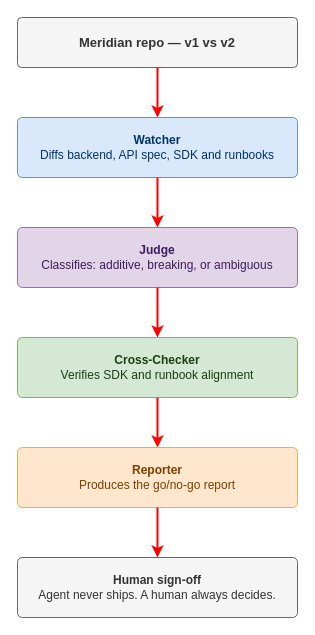
Earlier version of the draw.io diagram architecture.drawio (rajt2017/meridian-release-agent). Source tidied: cells renumbered, new cells numbered last; positions are measured from the earlier drawing's top-left corner, leaving out a move shared by most shapes. Both pictures are drawn from the tidied source at 100%, with x=0, y=0 at pixel (17, 17).
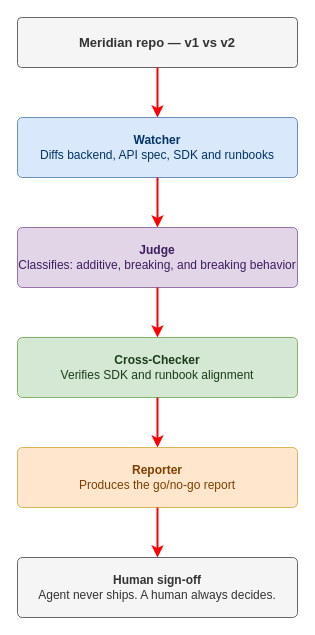
The same diagram, later.

Commit message (it also covers changes not shown here):
Fix SDK boxes in problem diagram — f2 field A optional consistent across all surfaces

The edit, as a diff of the source:
```diff
@@
 <mxGraphModel>
   <root>
     <mxCell id="0" />
     <mxCell id="1" parent="0" />
     <mxCell id="2" value="Meridian repo — v1 vs v2" style="rounded=1;whiteSpace=wrap;html=1;fillColor=#f5f5f5;strokeColor=#666666;fontColor=#333333;fontSize=13;fontStyle=1;arcSize=8;" parent="1" vertex="1">
       <mxGeometry width="280" height="50" as="geometry" />
     </mxCell>
     <mxCell id="3" style="edgeStyle=orthogonalEdgeStyle;strokeColor=#FF0000;strokeWidth=2;fillColor=#FF0000;exitX=0.5;exitY=1;exitDx=0;exitDy=0;entryX=0.5;entryY=0;entryDx=0;entryDy=0;" parent="1" edge="1" source="2" target="4">
       <mxGeometry relative="1" as="geometry" />
     </mxCell>
     <mxCell id="4" value="&lt;b&gt;&lt;font color=&quot;#003366&quot;&gt;Watcher&lt;/font&gt;&lt;/b&gt;&lt;br&gt;&lt;font color=&quot;#003366&quot;&gt;Diffs backend, API spec, SDK and runbooks&lt;/font&gt;" style="rounded=1;whiteSpace=wrap;html=1;fillColor=#dae8fc;strokeColor=#6c8ebf;fontSize=12;arcSize=8;" parent="1" vertex="1">
       <mxGeometry y="100" width="280" height="60" as="geometry" />
     </mxCell>
     <mxCell id="5" style="edgeStyle=orthogonalEdgeStyle;strokeColor=#FF0000;strokeWidth=2;fillColor=#FF0000;exitX=0.5;exitY=1;exitDx=0;exitDy=0;entryX=0.5;entryY=0;entryDx=0;entryDy=0;" parent="1" edge="1" source="4" target="6">
       <mxGeometry relative="1" as="geometry" />
     </mxCell>
-    <mxCell id="6" value="&lt;b&gt;&lt;font color=&quot;#3d1d5e&quot;&gt;Judge&lt;/font&gt;&lt;/b&gt;&lt;br&gt;&lt;font color=&quot;#3d1d5e&quot;&gt;Classifies: additive, breaking, or ambiguous&lt;/font&gt;" style="rounded=1;whiteSpace=wrap;html=1;fillColor=#e1d5e7;strokeColor=#9673a6;fontSize=12;arcSize=8;" parent="1" vertex="1">
+    <mxCell id="6" value="&lt;b&gt;&lt;font color=&quot;#3d1d5e&quot;&gt;Judge&lt;/font&gt;&lt;/b&gt;&lt;br&gt;&lt;font color=&quot;#3d1d5e&quot;&gt;Classifies: additive, breaking, and breaking behavior&lt;/font&gt;" style="rounded=1;whiteSpace=wrap;html=1;fillColor=#e1d5e7;strokeColor=#9673a6;fontSize=12;arcSize=8;" parent="1" vertex="1">
       <mxGeometry y="210" width="280" height="60" as="geometry" />
     </mxCell>
     <mxCell id="7" style="edgeStyle=orthogonalEdgeStyle;strokeColor=#FF0000;strokeWidth=2;fillColor=#FF0000;exitX=0.5;exitY=1;exitDx=0;exitDy=0;entryX=0.5;entryY=0;entryDx=0;entryDy=0;" parent="1" edge="1" source="6" target="8">
       <mxGeometry relative="1" as="geometry" />
     </mxCell>
     <mxCell id="8" value="&lt;b&gt;&lt;font color=&quot;#1a3d1a&quot;&gt;Cross-Checker&lt;/font&gt;&lt;/b&gt;&lt;br&gt;&lt;font color=&quot;#1a3d1a&quot;&gt;Verifies SDK and runbook alignment&lt;/font&gt;" style="rounded=1;whiteSpace=wrap;html=1;fillColor=#d5e8d4;strokeColor=#82b366;fontSize=12;arcSize=8;" parent="1" vertex="1">
       <mxGeometry y="320" width="280" height="60" as="geometry" />
     </mxCell>
     <mxCell id="9" style="edgeStyle=orthogonalEdgeStyle;strokeColor=#FF0000;strokeWidth=2;fillColor=#FF0000;exitX=0.5;exitY=1;exitDx=0;exitDy=0;entryX=0.5;entryY=0;entryDx=0;entryDy=0;" parent="1" edge="1" source="8" target="10">
       <mxGeometry relative="1" as="geometry" />
     </mxCell>
     <mxCell id="10" value="&lt;b&gt;&lt;font color=&quot;#7d4000&quot;&gt;Reporter&lt;/font&gt;&lt;/b&gt;&lt;br&gt;&lt;font color=&quot;#7d4000&quot;&gt;Produces the go/no-go report&lt;/font&gt;" style="rounded=1;whiteSpace=wrap;html=1;fillColor=#ffe6cc;strokeColor=#d6b656;fontSize=12;arcSize=8;" parent="1" vertex="1">
       <mxGeometry y="430" width="280" height="60" as="geometry" />
     </mxCell>
     <mxCell id="11" style="edgeStyle=orthogonalEdgeStyle;strokeColor=#FF0000;strokeWidth=2;fillColor=#FF0000;exitX=0.5;exitY=1;exitDx=0;exitDy=0;entryX=0.5;entryY=0;entryDx=0;entryDy=0;" parent="1" edge="1" source="10" target="12">
       <mxGeometry relative="1" as="geometry" />
     </mxCell>
     <mxCell id="12" value="&lt;b&gt;&lt;font color=&quot;#333333&quot;&gt;Human sign-off&lt;/font&gt;&lt;/b&gt;&lt;br&gt;&lt;font color=&quot;#333333&quot;&gt;Agent never ships. A human always decides.&lt;/font&gt;" style="rounded=1;whiteSpace=wrap;html=1;fillColor=#f5f5f5;strokeColor=#666666;fontSize=12;arcSize=8;" parent="1" vertex="1">
       <mxGeometry y="540" width="280" height="60" as="geometry" />
     </mxCell>
   </root>
 </mxGraphModel>
```
